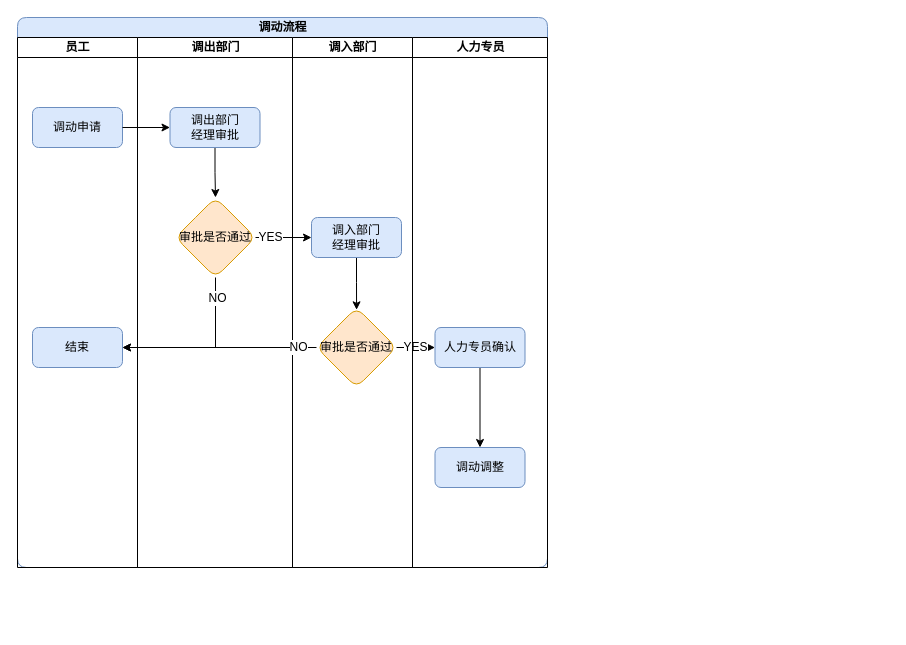
Earlier version of the draw.io diagram page "调动流程" (5 of 9) of humanresource1.drawio (janzhou123/mydraw). Source tidied: cells renumbered, new cells numbered last; positions are measured from the earlier drawing's top-left corner, leaving out a move shared by most shapes. Both pictures are drawn from the tidied source at 100%, with x=0, y=0 at pixel (17, 17).
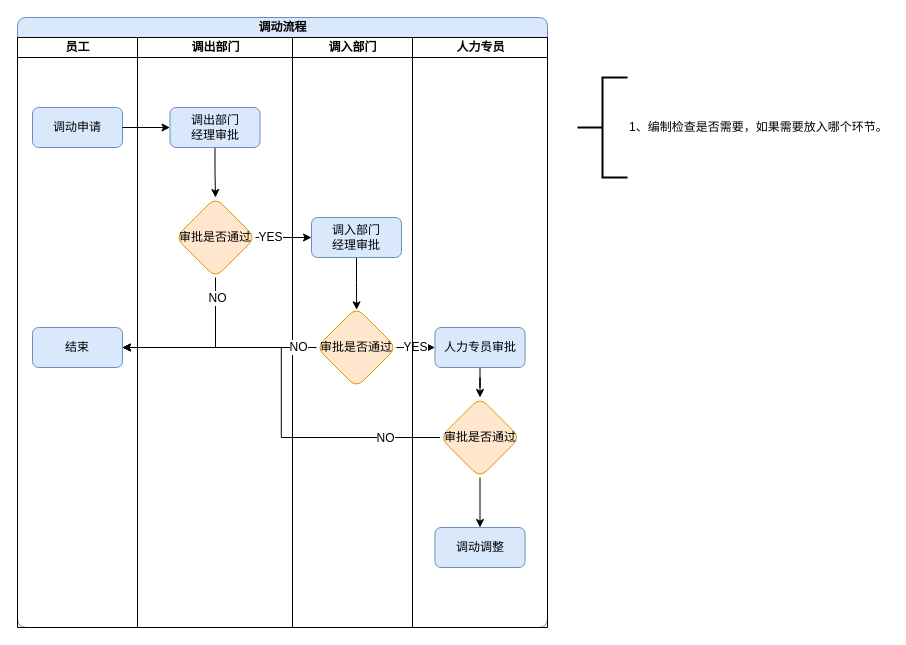
Above is the later version.

The change refers to these unchanged cells:
```xml
<mxCell id="5" value="结束" style="rounded=1;whiteSpace=wrap;html=1;shadow=0;glass=0;comic=0;fillColor=#dae8fc;strokeColor=#6c8ebf;" parent="3" vertex="1">
  <mxGeometry x="15" y="290" width="90" height="40" as="geometry" />
</mxCell>
```

Change to the diagram source:
```diff
@@
     <mxCell id="2" value="调动流程" style="swimlane;html=1;startSize=20;rounded=1;shadow=0;glass=0;comic=0;fillColor=#dae8fc;strokeColor=#6c8ebf;" parent="1" vertex="1">
-      <mxGeometry width="530" height="550" as="geometry" />
+      <mxGeometry width="530" height="610" as="geometry" />
     </mxCell>
     <mxCell id="3" value="员工" style="swimlane;html=1;startSize=20;" parent="2" vertex="1">
-      <mxGeometry y="20" width="120" height="530" as="geometry" />
+      <mxGeometry y="20" width="120" height="590" as="geometry" />
     </mxCell>
@@
     <mxCell id="6" value="调出部门" style="swimlane;html=1;startSize=20;" parent="2" vertex="1">
-      <mxGeometry x="120" y="20" width="155" height="530" as="geometry" />
+      <mxGeometry x="120" y="20" width="155" height="590" as="geometry" />
     </mxCell>
@@
     <mxCell id="10" value="调入部门" style="swimlane;html=1;startSize=20;" parent="2" vertex="1">
-      <mxGeometry x="275" y="20" width="120" height="530" as="geometry" />
+      <mxGeometry x="275" y="20" width="120" height="590" as="geometry" />
     </mxCell>
@@
     <mxCell id="23" value="人力专员" style="swimlane;html=1;startSize=20;" parent="2" vertex="1">
-      <mxGeometry x="395" y="20" width="135" height="530" as="geometry" />
+      <mxGeometry x="395" y="20" width="135" height="590" as="geometry" />
     </mxCell>
-    <mxCell id="24" style="edgeStyle=orthogonalEdgeStyle;rounded=0;jettySize=auto;html=1;" parent="23" edge="1" source="25" target="26">
+    <mxCell id="24" style="edgeStyle=orthogonalEdgeStyle;rounded=0;jettySize=auto;html=1;entryX=0.5;entryY=0;entryDx=0;entryDy=0;" parent="23" edge="1" source="25" target="28">
       <mxGeometry relative="1" as="geometry" />
     </mxCell>
-    <mxCell id="25" value="人力专员确认" style="rounded=1;whiteSpace=wrap;html=1;shadow=0;glass=0;comic=0;fillColor=#dae8fc;strokeColor=#6c8ebf;" parent="23" vertex="1">
+    <mxCell id="25" value="人力专员审批" style="rounded=1;whiteSpace=wrap;html=1;shadow=0;glass=0;comic=0;fillColor=#dae8fc;strokeColor=#6c8ebf;" parent="23" vertex="1">
       <mxGeometry x="22.5" y="290" width="90" height="40" as="geometry" />
     </mxCell>
     <mxCell id="26" value="调动调整" style="rounded=1;whiteSpace=wrap;html=1;shadow=0;glass=0;comic=0;fillColor=#dae8fc;strokeColor=#6c8ebf;" parent="23" vertex="1">
-      <mxGeometry x="22.5" y="410" width="90" height="40" as="geometry" />
+      <mxGeometry x="22.5" y="490" width="90" height="40" as="geometry" />
     </mxCell>
+    <mxCell id="27" style="edgeStyle=orthogonalEdgeStyle;rounded=0;jettySize=auto;html=1;entryX=0.5;entryY=0;entryDx=0;entryDy=0;" parent="23" edge="1" source="28" target="26">
+      <mxGeometry relative="1" as="geometry" />
+    </mxCell>
+    <mxCell id="28" value="审批是否通过" style="rhombus;whiteSpace=wrap;html=1;rounded=1;shadow=0;glass=0;comic=0;fillColor=#ffe6cc;strokeColor=#d79b00;" parent="23" vertex="1">
+      <mxGeometry x="27.5" y="360" width="80" height="80" as="geometry" />
+    </mxCell>
+    <mxCell id="29" style="edgeStyle=orthogonalEdgeStyle;rounded=0;jettySize=auto;html=1;entryX=1;entryY=0.5;entryDx=0;entryDy=0;" parent="2" edge="1" source="28" target="5">
+      <mxGeometry relative="1" as="geometry" />
+    </mxCell>
+    <mxCell id="30" value="NO" style="text;html=1;align=center;verticalAlign=middle;labelBackgroundColor=#ffffff;" parent="29" vertex="1">
+      <mxGeometry x="-0.73" relative="1" as="geometry" />
+    </mxCell>
+    <mxCell id="31" value="1、编制检查是否需要，如果需要放入哪个环节。&lt;br&gt;" style="strokeWidth=2;html=1;shape=mxgraph.flowchart.annotation_2;align=left;labelPosition=right;rounded=1;shadow=0;glass=0;comic=0;" parent="1" vertex="1">
+      <mxGeometry x="560" y="60" width="50" height="100" as="geometry" />
+    </mxCell>
```
